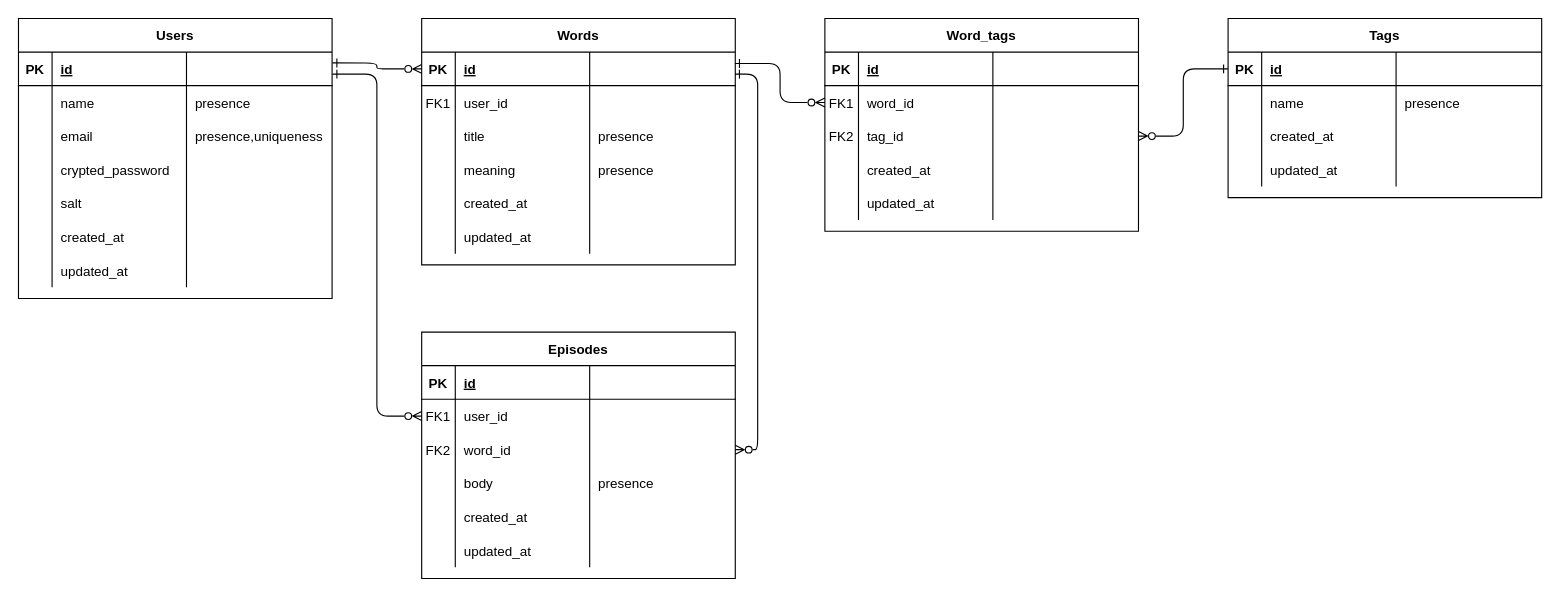
This is page "Page-1" (1 of 2) of Group1_ER図.drawio from RUNTEQ-62-GROUP-DEVELOPMENT/Group1, a draw.io file, before an edit. Source tidied: cells renumbered, new cells numbered last; positions are measured from the earlier drawing's top-left corner, leaving out a move shared by most shapes. Both pictures are drawn from the tidied source at 112%, with x=0, y=0 at pixel (18, 18).
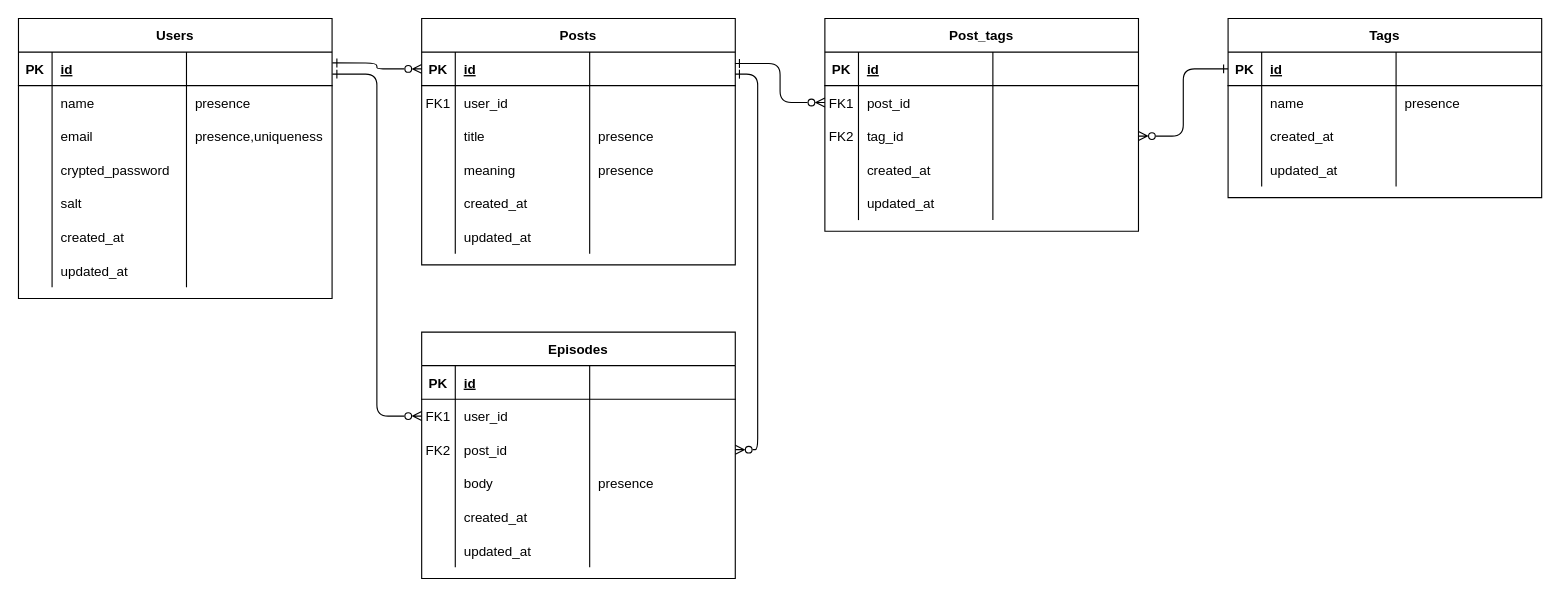
After the change.

Commit message:
Group1_ER図.drawio を更新します

Unchanged cells that the change refers to:
```xml
<mxCell id="66" style="shape=partialRectangle;fillColor=none;points=[[0,0.5],[1,0.5]];portConstraint=eastwest;top=0;left=0;right=0;bottom=0;" parent="57" vertex="1">
  <mxGeometry y="90" width="280" height="30" as="geometry" />
</mxCell>
<mxCell id="89" style="shape=partialRectangle;fillColor=none;points=[[0,0.5],[1,0.5]];portConstraint=eastwest;top=0;left=0;right=0;bottom=0;" parent="84" vertex="1">
  <mxGeometry y="60" width="280" height="30" as="geometry" />
</mxCell>
```

Diff of the diagram source:
```diff
@@
-    <mxCell id="31" value="Words" style="shape=table;startSize=30;childLayout=tableLayout;rowLines=0;fontStyle=1;align=center;" parent="1" vertex="1">
+    <mxCell id="31" value="Posts" style="shape=table;startSize=30;childLayout=tableLayout;rowLines=0;fontStyle=1;align=center;" parent="1" vertex="1">
       <mxGeometry x="360" width="280" height="220" as="geometry" />
     </mxCell>
@@
-    <mxCell id="68" value="word_id" style="shape=partialRectangle;overflow=hidden;fillColor=none;top=0;left=0;bottom=0;right=0;align=left;spacingLeft=6;" parent="66" vertex="1">
+    <mxCell id="68" value="post_id" style="shape=partialRectangle;overflow=hidden;fillColor=none;top=0;left=0;bottom=0;right=0;align=left;spacingLeft=6;" parent="66" vertex="1">
       <mxGeometry x="30" width="120" height="30" as="geometry" />
     </mxCell>
@@
-    <mxCell id="84" value="Word_tags" style="shape=table;startSize=30;childLayout=tableLayout;rowLines=0;fontStyle=1;align=center;" parent="1" vertex="1">
+    <mxCell id="84" value="Post_tags" style="shape=table;startSize=30;childLayout=tableLayout;rowLines=0;fontStyle=1;align=center;" parent="1" vertex="1">
       <mxGeometry x="720" width="280" height="190" as="geometry" />
     </mxCell>
@@
-    <mxCell id="91" value="word_id" style="shape=partialRectangle;overflow=hidden;fillColor=none;top=0;left=0;bottom=0;right=0;align=left;spacingLeft=6;" parent="89" vertex="1">
+    <mxCell id="91" value="post_id" style="shape=partialRectangle;overflow=hidden;fillColor=none;top=0;left=0;bottom=0;right=0;align=left;spacingLeft=6;" parent="89" vertex="1">
       <mxGeometry x="30" width="120" height="30" as="geometry" />
     </mxCell>
```
